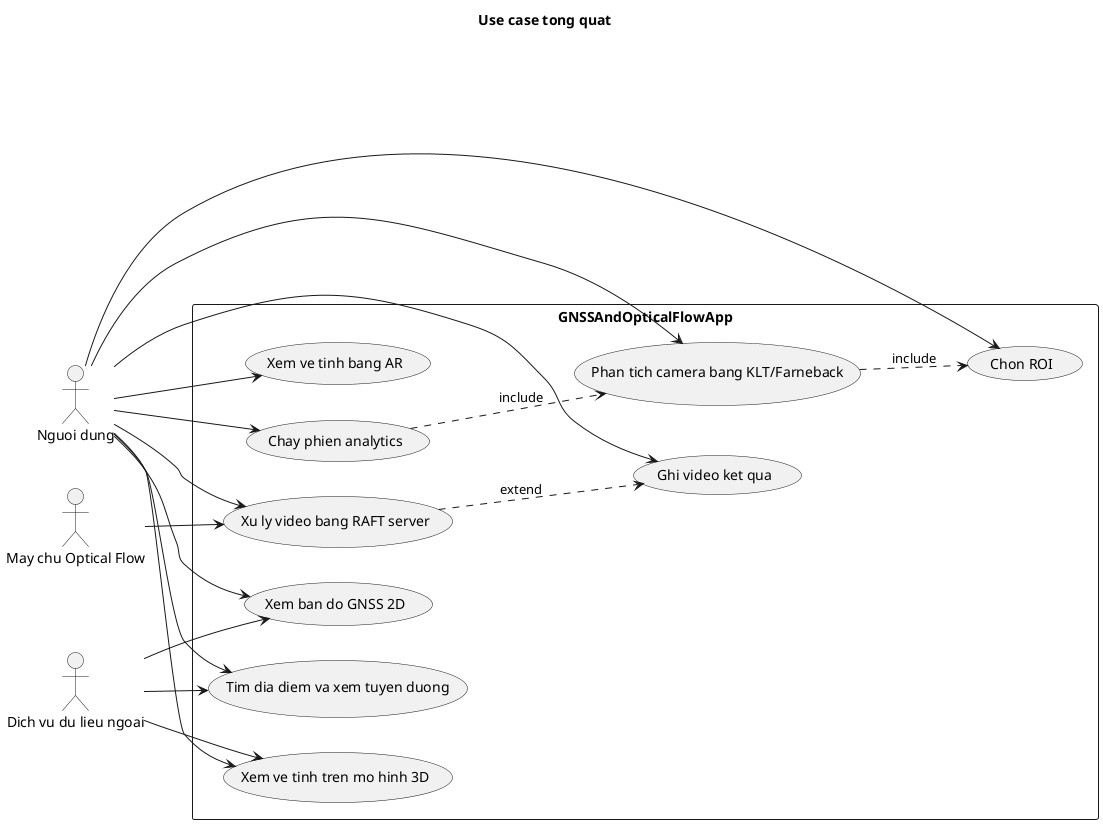
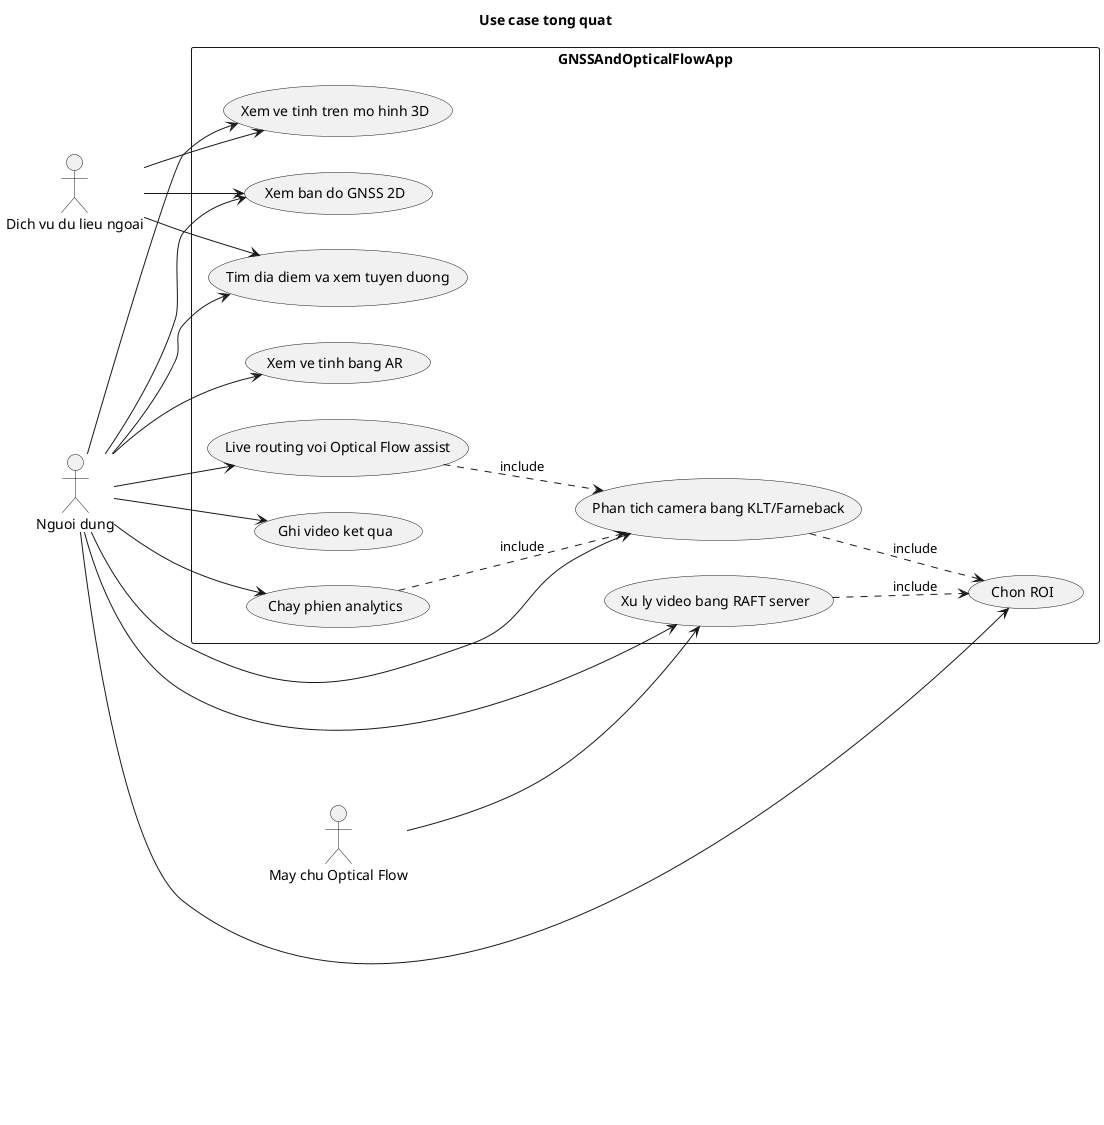
@startuml
title Use case tong quat

left to right direction

actor "Nguoi dung" as User
actor "May chu Optical Flow" as Server
actor "Dich vu du lieu ngoai" as External

rectangle "GNSSAndOpticalFlowApp" {
  usecase "Xem ban do GNSS 2D" as UC1
  usecase "Tim dia diem va xem tuyen duong" as UC2
  usecase "Xem ve tinh tren mo hinh 3D" as UC3
  usecase "Xem ve tinh bang AR" as UC4
-   usecase "Phan tich camera bang KLT/Farneback" as UC5
-   usecase "Chon ROI" as UC6
-   usecase "Ghi video ket qua" as UC7
-   usecase "Chay phien analytics" as UC8
-   usecase "Xu ly video bang RAFT server" as UC9
+   usecase "Live routing voi Optical Flow assist" as UC5
+   usecase "Phan tich camera bang KLT/Farneback" as UC6
+   usecase "Chon ROI" as UC7
+   usecase "Ghi video ket qua" as UC8
+   usecase "Chay phien analytics" as UC9
+   usecase "Xu ly video bang RAFT server" as UC10
}

User --> UC1
User --> UC2
User --> UC3
User --> UC4
User --> UC5
User --> UC6
User --> UC7
User --> UC8
User --> UC9
+ User --> UC10

External --> UC1
External --> UC2
External --> UC3
- Server --> UC9
+ Server --> UC10

UC5 ..> UC6 : include
- UC8 ..> UC5 : include
- UC9 ..> UC7 : extend
+ UC6 ..> UC7 : include
+ UC9 ..> UC6 : include
+ UC10 ..> UC7 : include

@enduml
